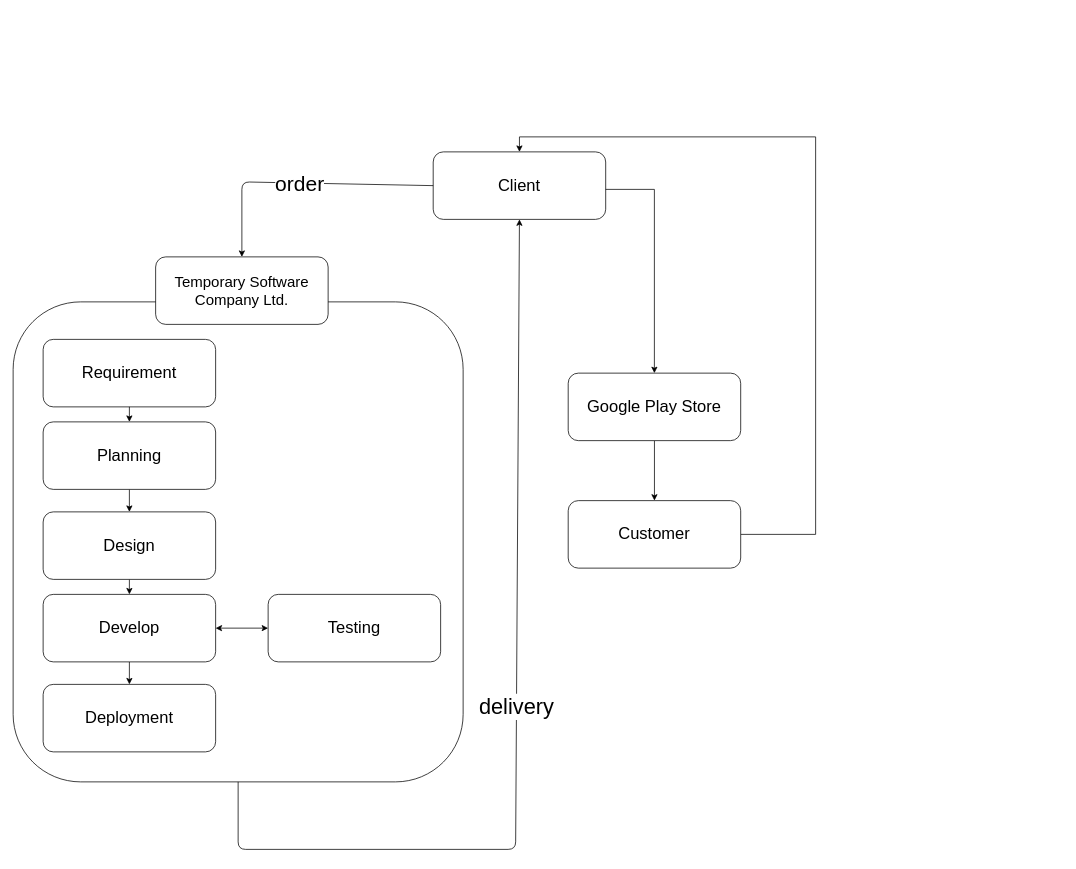
Earlier version of the draw.io diagram BSPI.drawio (jamilxt/android_workshop_bspi). Source tidied: cells renumbered, new cells numbered last; positions are measured from the earlier drawing's top-left corner, leaving out a move shared by most shapes. Both pictures are drawn from the tidied source at 75%, with x=0, y=0 at pixel (13, 136).
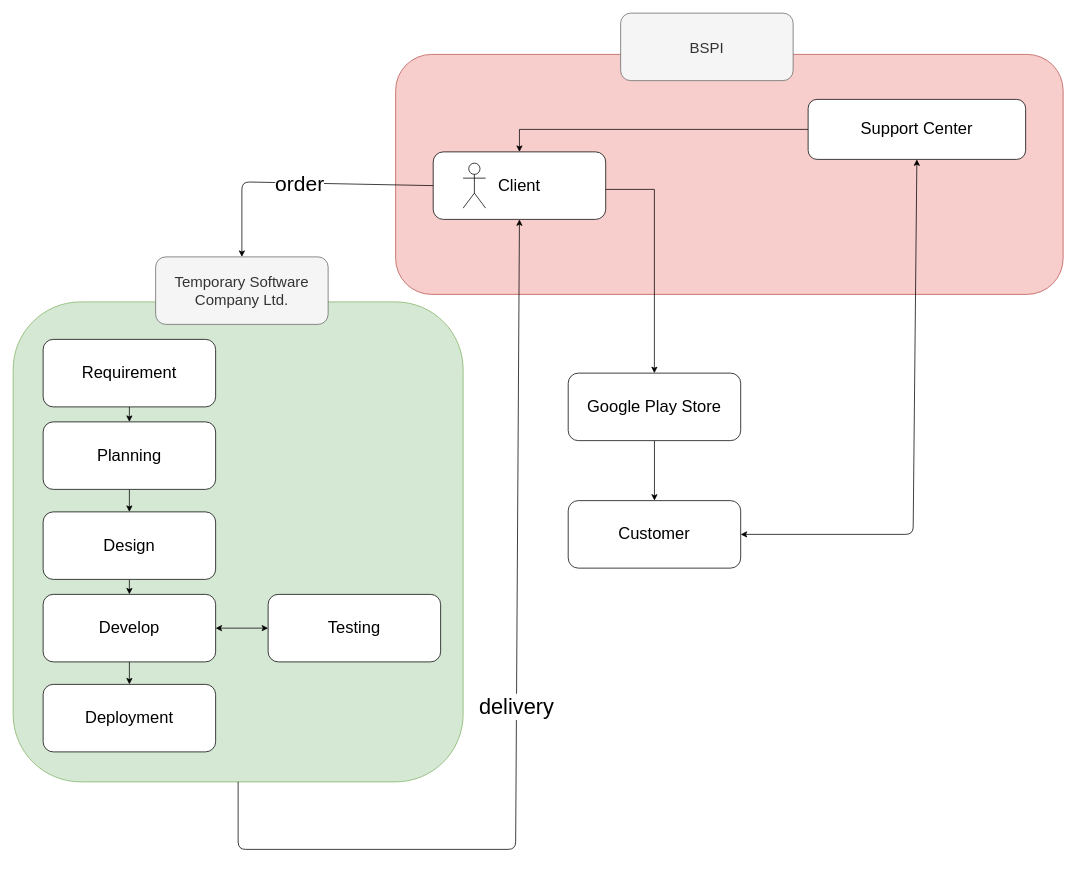
After the change.

The change refers to these unchanged cells:
```xml
<mxCell id="15" value="Client" style="rounded=1;whiteSpace=wrap;html=1;fontSize=22;" parent="1" vertex="1">
  <mxGeometry x="560.1" y="20" width="230" height="90" as="geometry" />
</mxCell>
<mxCell id="19" value="Customer" style="rounded=1;whiteSpace=wrap;html=1;fontSize=22;" parent="1" vertex="1">
  <mxGeometry x="740.1" y="485" width="230" height="90" as="geometry" />
</mxCell>
```

Diff of the diagram source:
```diff
@@
+    <mxCell id="23" style="rounded=1;whiteSpace=wrap;html=1;fontSize=22;fillColor=#f8cecc;strokeColor=#b85450;" parent="1" vertex="1">
+      <mxGeometry x="510" y="-110" width="890" height="320" as="geometry" />
+    </mxCell>
-    <mxCell id="2" style="rounded=1;whiteSpace=wrap;html=1;" parent="1" vertex="1">
+    <mxCell id="2" style="rounded=1;whiteSpace=wrap;html=1;fillColor=#d5e8d4;strokeColor=#82b366;" parent="1" vertex="1">
       <mxGeometry y="220" width="600" height="640" as="geometry" />
     </mxCell>
-    <mxCell id="3" value="Temporary Software Company Ltd." style="rounded=1;whiteSpace=wrap;html=1;fontSize=20;" parent="1" vertex="1">
+    <mxCell id="3" value="Temporary Software Company Ltd." style="rounded=1;whiteSpace=wrap;html=1;fontSize=20;fillColor=#f5f5f5;strokeColor=#666666;fontColor=#333333;" parent="1" vertex="1">
       <mxGeometry x="190" y="160" width="230" height="90" as="geometry" />
     </mxCell>
@@
-    <mxCell id="18" style="edgeStyle=orthogonalEdgeStyle;rounded=0;jettySize=auto;html=1;entryX=0.5;entryY=0;entryDx=0;entryDy=0;" parent="1" edge="1" source="19" target="15">
-      <mxGeometry relative="1" as="geometry">
-        <Array as="points">
-          <mxPoint x="1070" y="530" />
-          <mxPoint x="1070" />
-          <mxPoint x="675" />
-        </Array>
-      </mxGeometry>
-    </mxCell>
@@
+    <mxCell id="24" style="edgeStyle=orthogonalEdgeStyle;rounded=0;jettySize=auto;html=1;exitX=0;exitY=0.5;exitDx=0;exitDy=0;entryX=0.5;entryY=0;entryDx=0;entryDy=0;fontSize=22;" parent="1" edge="1" source="25" target="15">
+      <mxGeometry relative="1" as="geometry" />
+    </mxCell>
+    <mxCell id="25" value="&lt;div&gt;Support Center&lt;/div&gt;" style="rounded=1;whiteSpace=wrap;html=1;fontSize=22;" parent="1" vertex="1">
+      <mxGeometry x="1060" y="-50" width="290" height="80" as="geometry" />
+    </mxCell>
+    <mxCell id="26" style="endArrow=classic;startArrow=classic;html=1;fontSize=22;entryX=1;entryY=0.5;entryDx=0;entryDy=0;exitX=0.5;exitY=1;exitDx=0;exitDy=0;" parent="1" edge="1" source="25" target="19">
+      <mxGeometry relative="1" as="geometry">
+        <Array as="points">
+          <mxPoint x="1200" y="530" />
+        </Array>
+      </mxGeometry>
+    </mxCell>
+    <mxCell id="27" value="BSPI" style="rounded=1;whiteSpace=wrap;html=1;fontSize=20;fillColor=#f5f5f5;strokeColor=#666666;fontColor=#333333;" parent="1" vertex="1">
+      <mxGeometry x="810" y="-165" width="230" height="90" as="geometry" />
+    </mxCell>
+    <mxCell id="28" style="shape=umlActor;verticalLabelPosition=bottom;labelBackgroundColor=#ffffff;verticalAlign=top;html=1;" parent="1" vertex="1">
+      <mxGeometry x="600" y="35" width="30" height="60" as="geometry" />
+    </mxCell>
```
